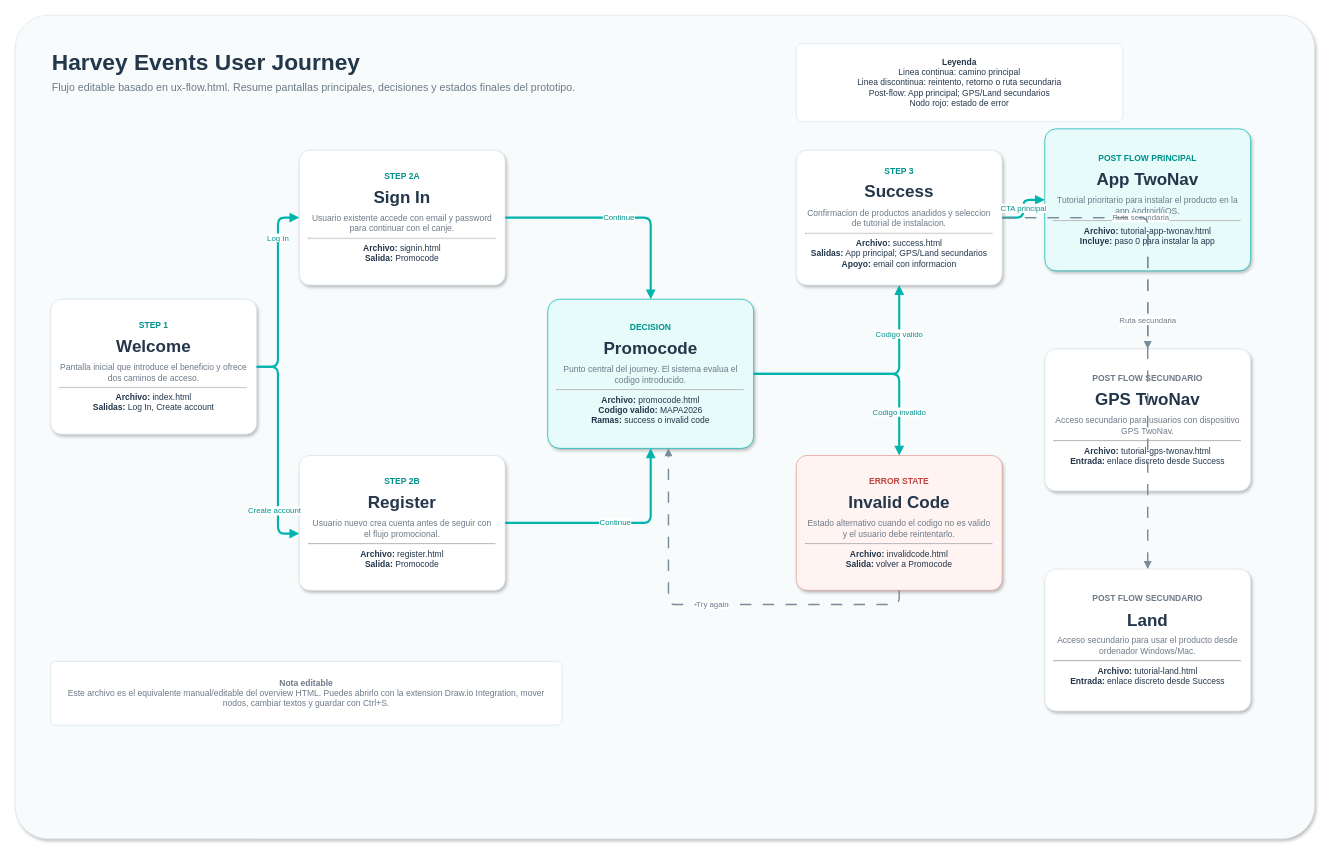
DavidCompe/harveyevents keeps this draw.io diagram as ux-flow.drawio. Above is the earlier version. Source tidied: cells renumbered, new cells numbered last; positions are measured from the earlier drawing's top-left corner, leaving out a move shared by most shapes. Both pictures are drawn from the tidied source at 71%, with x=0, y=0 at pixel (15, 15).
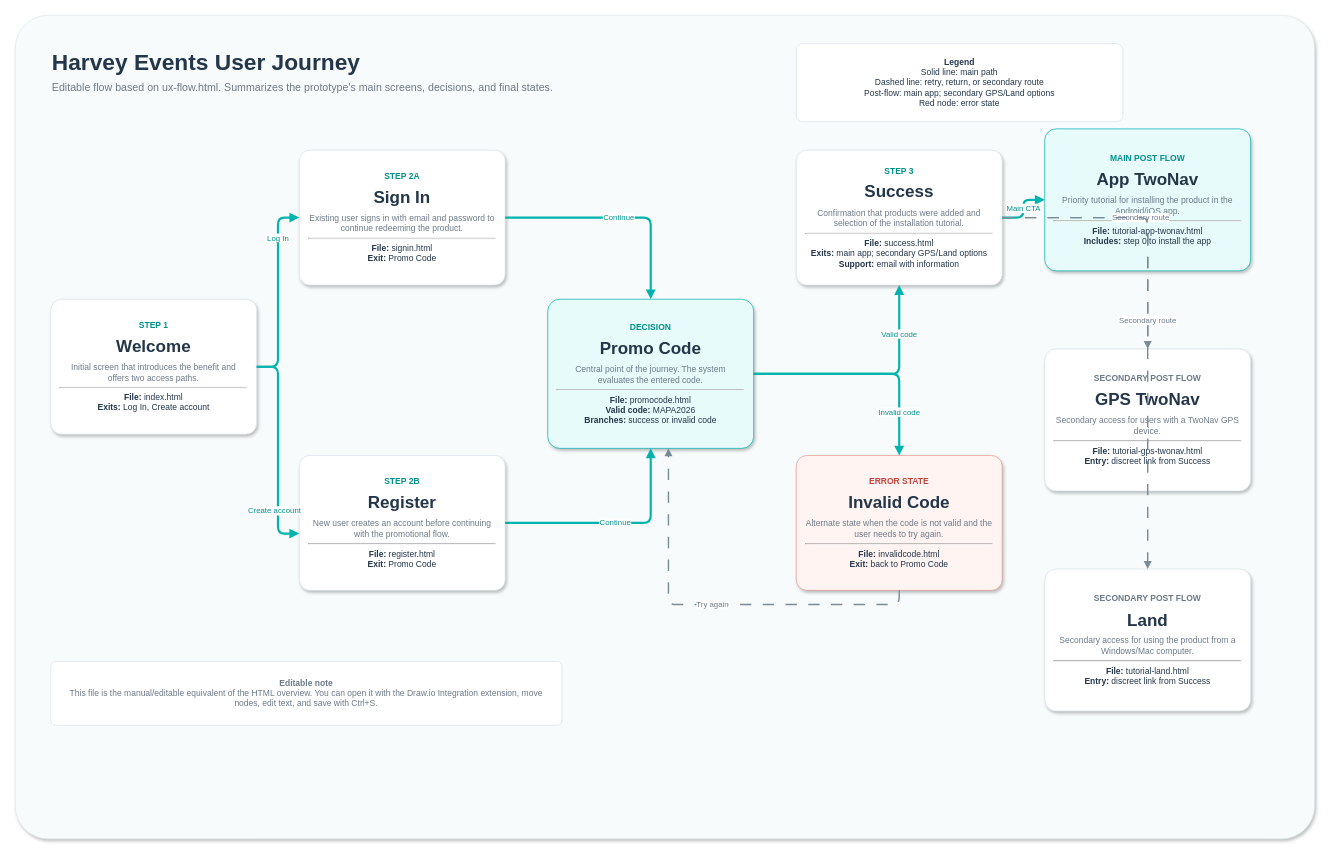
The same diagram, later.

The edit, as a diff of the source:
```diff
@@
-    <mxCell id="3" value="&lt;div style=&quot;font-size:32px;font-weight:700;color:#23364a;&quot;&gt;Harvey Events User Journey&lt;/div&gt;&lt;div style=&quot;margin-top:8px;font-size:15px;color:#6d7a88;&quot;&gt;Flujo editable basado en ux-flow.html. Resume pantallas principales, decisiones y estados finales del prototipo.&lt;/div&gt;" style="text;html=1;strokeColor=none;fillColor=none;align=left;verticalAlign=top;whiteSpace=wrap;rounded=0;" parent="1" vertex="1">
+    <mxCell id="3" value="&lt;div style=&quot;font-size:32px;font-weight:700;color:#23364a;&quot;&gt;Harvey Events User Journey&lt;/div&gt;&lt;div style=&quot;margin-top:8px;font-size:15px;color:#6d7a88;&quot;&gt;Editable flow based on ux-flow.html. Summarizes the prototype's main screens, decisions, and final states.&lt;/div&gt;" style="text;html=1;strokeColor=none;fillColor=none;align=left;verticalAlign=top;whiteSpace=wrap;rounded=0;" parent="1" vertex="1">
       <mxGeometry x="50" y="40" width="820" height="90" as="geometry" />
     </mxCell>
-    <mxCell id="4" value="&lt;b&gt;Leyenda&lt;/b&gt;&lt;br&gt;Linea continua: camino principal&lt;br&gt;Linea discontinua: reintento, retorno o ruta secundaria&lt;br&gt;Post-flow: App principal; GPS/Land secundarios&lt;br&gt;Nodo rojo: estado de error" style="rounded=1;whiteSpace=wrap;html=1;arcSize=8;fillColor=#ffffff;strokeColor=#d8e2ea;fontColor=#23364a;spacing=12;" parent="1" vertex="1">
+    <mxCell id="4" value="&lt;b&gt;Legend&lt;/b&gt;&lt;br&gt;Solid line: main path&lt;br&gt;Dashed line: retry, return, or secondary route&lt;br&gt;Post-flow: main app; secondary GPS/Land options&lt;br&gt;Red node: error state" style="rounded=1;whiteSpace=wrap;html=1;arcSize=8;fillColor=#ffffff;strokeColor=#d8e2ea;fontColor=#23364a;spacing=12;" parent="1" vertex="1">
       <mxGeometry x="1100" y="40" width="460" height="110" as="geometry" />
     </mxCell>
-    <mxCell id="5" value="&lt;div style=&quot;font-size:12px;font-weight:700;color:#00918c;&quot;&gt;STEP 1&lt;/div&gt;&lt;div style=&quot;font-size:24px;font-weight:700;margin-top:8px;&quot;&gt;Welcome&lt;/div&gt;&lt;div style=&quot;margin-top:8px;color:#6d7a88;&quot;&gt;Pantalla inicial que introduce el beneficio y ofrece dos caminos de acceso.&lt;/div&gt;&lt;hr&gt;&lt;b&gt;Archivo:&lt;/b&gt; index.html&lt;br&gt;&lt;b&gt;Salidas:&lt;/b&gt; Log In, Create account" style="rounded=1;whiteSpace=wrap;html=1;arcSize=8;fillColor=#ffffff;strokeColor=#d8e2ea;fontColor=#23364a;shadow=1;spacing=14;" parent="1" vertex="1">
+    <mxCell id="5" value="&lt;div style=&quot;font-size:12px;font-weight:700;color:#00918c;&quot;&gt;STEP 1&lt;/div&gt;&lt;div style=&quot;font-size:24px;font-weight:700;margin-top:8px;&quot;&gt;Welcome&lt;/div&gt;&lt;div style=&quot;margin-top:8px;color:#6d7a88;&quot;&gt;Initial screen that introduces the benefit and offers two access paths.&lt;/div&gt;&lt;hr&gt;&lt;b&gt;File:&lt;/b&gt; index.html&lt;br&gt;&lt;b&gt;Exits:&lt;/b&gt; Log In, Create account" style="rounded=1;whiteSpace=wrap;html=1;arcSize=8;fillColor=#ffffff;strokeColor=#d8e2ea;fontColor=#23364a;shadow=1;spacing=14;" parent="1" vertex="1">
       <mxGeometry x="50" y="400" width="290" height="190" as="geometry" />
     </mxCell>
-    <mxCell id="6" value="&lt;div style=&quot;font-size:12px;font-weight:700;color:#00918c;&quot;&gt;STEP 2A&lt;/div&gt;&lt;div style=&quot;font-size:24px;font-weight:700;margin-top:8px;&quot;&gt;Sign In&lt;/div&gt;&lt;div style=&quot;margin-top:8px;color:#6d7a88;&quot;&gt;Usuario existente accede con email y password para continuar con el canje.&lt;/div&gt;&lt;hr&gt;&lt;b&gt;Archivo:&lt;/b&gt; signin.html&lt;br&gt;&lt;b&gt;Salida:&lt;/b&gt; Promocode" style="rounded=1;whiteSpace=wrap;html=1;arcSize=8;fillColor=#ffffff;strokeColor=#d8e2ea;fontColor=#23364a;shadow=1;spacing=14;" parent="1" vertex="1">
+    <mxCell id="6" value="&lt;div style=&quot;font-size:12px;font-weight:700;color:#00918c;&quot;&gt;STEP 2A&lt;/div&gt;&lt;div style=&quot;font-size:24px;font-weight:700;margin-top:8px;&quot;&gt;Sign In&lt;/div&gt;&lt;div style=&quot;margin-top:8px;color:#6d7a88;&quot;&gt;Existing user signs in with email and password to continue redeeming the product.&lt;/div&gt;&lt;hr&gt;&lt;b&gt;File:&lt;/b&gt; signin.html&lt;br&gt;&lt;b&gt;Exit:&lt;/b&gt; Promo Code" style="rounded=1;whiteSpace=wrap;html=1;arcSize=8;fillColor=#ffffff;strokeColor=#d8e2ea;fontColor=#23364a;shadow=1;spacing=14;" parent="1" vertex="1">
       <mxGeometry x="400" y="190" width="290" height="190" as="geometry" />
     </mxCell>
-    <mxCell id="7" value="&lt;div style=&quot;font-size:12px;font-weight:700;color:#00918c;&quot;&gt;STEP 2B&lt;/div&gt;&lt;div style=&quot;font-size:24px;font-weight:700;margin-top:8px;&quot;&gt;Register&lt;/div&gt;&lt;div style=&quot;margin-top:8px;color:#6d7a88;&quot;&gt;Usuario nuevo crea cuenta antes de seguir con el flujo promocional.&lt;/div&gt;&lt;hr&gt;&lt;b&gt;Archivo:&lt;/b&gt; register.html&lt;br&gt;&lt;b&gt;Salida:&lt;/b&gt; Promocode" style="rounded=1;whiteSpace=wrap;html=1;arcSize=8;fillColor=#ffffff;strokeColor=#d8e2ea;fontColor=#23364a;shadow=1;spacing=14;" parent="1" vertex="1">
+    <mxCell id="7" value="&lt;div style=&quot;font-size:12px;font-weight:700;color:#00918c;&quot;&gt;STEP 2B&lt;/div&gt;&lt;div style=&quot;font-size:24px;font-weight:700;margin-top:8px;&quot;&gt;Register&lt;/div&gt;&lt;div style=&quot;margin-top:8px;color:#6d7a88;&quot;&gt;New user creates an account before continuing with the promotional flow.&lt;/div&gt;&lt;hr&gt;&lt;b&gt;File:&lt;/b&gt; register.html&lt;br&gt;&lt;b&gt;Exit:&lt;/b&gt; Promo Code" style="rounded=1;whiteSpace=wrap;html=1;arcSize=8;fillColor=#ffffff;strokeColor=#d8e2ea;fontColor=#23364a;shadow=1;spacing=14;" parent="1" vertex="1">
       <mxGeometry x="400" y="620" width="290" height="190" as="geometry" />
     </mxCell>
-    <mxCell id="8" value="&lt;div style=&quot;font-size:12px;font-weight:700;color:#00918c;&quot;&gt;DECISION&lt;/div&gt;&lt;div style=&quot;font-size:24px;font-weight:700;margin-top:8px;&quot;&gt;Promocode&lt;/div&gt;&lt;div style=&quot;margin-top:8px;color:#6d7a88;&quot;&gt;Punto central del journey. El sistema evalua el codigo introducido.&lt;/div&gt;&lt;hr&gt;&lt;b&gt;Archivo:&lt;/b&gt; promocode.html&lt;br&gt;&lt;b&gt;Codigo valido:&lt;/b&gt; MAPA2026&lt;br&gt;&lt;b&gt;Ramas:&lt;/b&gt; success o invalid code" style="rounded=1;whiteSpace=wrap;html=1;arcSize=8;fillColor=#e7fbfa;strokeColor=#00b3ad;fontColor=#23364a;shadow=1;spacing=14;" parent="1" vertex="1">
+    <mxCell id="8" value="&lt;div style=&quot;font-size:12px;font-weight:700;color:#00918c;&quot;&gt;DECISION&lt;/div&gt;&lt;div style=&quot;font-size:24px;font-weight:700;margin-top:8px;&quot;&gt;Promo Code&lt;/div&gt;&lt;div style=&quot;margin-top:8px;color:#6d7a88;&quot;&gt;Central point of the journey. The system evaluates the entered code.&lt;/div&gt;&lt;hr&gt;&lt;b&gt;File:&lt;/b&gt; promocode.html&lt;br&gt;&lt;b&gt;Valid code:&lt;/b&gt; MAPA2026&lt;br&gt;&lt;b&gt;Branches:&lt;/b&gt; success or invalid code" style="rounded=1;whiteSpace=wrap;html=1;arcSize=8;fillColor=#e7fbfa;strokeColor=#00b3ad;fontColor=#23364a;shadow=1;spacing=14;" parent="1" vertex="1">
       <mxGeometry x="750" y="400" width="290" height="210" as="geometry" />
     </mxCell>
-    <mxCell id="9" value="&lt;div style=&quot;font-size:12px;font-weight:700;color:#00918c;&quot;&gt;STEP 3&lt;/div&gt;&lt;div style=&quot;font-size:24px;font-weight:700;margin-top:8px;&quot;&gt;Success&lt;/div&gt;&lt;div style=&quot;margin-top:8px;color:#6d7a88;&quot;&gt;Confirmacion de productos anadidos y seleccion de tutorial de instalacion.&lt;/div&gt;&lt;hr&gt;&lt;b&gt;Archivo:&lt;/b&gt; success.html&lt;br&gt;&lt;b&gt;Salidas:&lt;/b&gt; App principal; GPS/Land secundarios&lt;br&gt;&lt;b&gt;Apoyo:&lt;/b&gt; email con informacion" style="rounded=1;whiteSpace=wrap;html=1;arcSize=8;fillColor=#ffffff;strokeColor=#d8e2ea;fontColor=#23364a;shadow=1;spacing=14;" parent="1" vertex="1">
+    <mxCell id="9" value="&lt;div style=&quot;font-size:12px;font-weight:700;color:#00918c;&quot;&gt;STEP 3&lt;/div&gt;&lt;div style=&quot;font-size:24px;font-weight:700;margin-top:8px;&quot;&gt;Success&lt;/div&gt;&lt;div style=&quot;margin-top:8px;color:#6d7a88;&quot;&gt;Confirmation that products were added and selection of the installation tutorial.&lt;/div&gt;&lt;hr&gt;&lt;b&gt;File:&lt;/b&gt; success.html&lt;br&gt;&lt;b&gt;Exits:&lt;/b&gt; main app; secondary GPS/Land options&lt;br&gt;&lt;b&gt;Support:&lt;/b&gt; email with information" style="rounded=1;whiteSpace=wrap;html=1;arcSize=8;fillColor=#ffffff;strokeColor=#d8e2ea;fontColor=#23364a;shadow=1;spacing=14;" parent="1" vertex="1">
       <mxGeometry x="1100" y="190" width="290" height="190" as="geometry" />
     </mxCell>
-    <mxCell id="10" value="&lt;div style=&quot;font-size:12px;font-weight:700;color:#c2453d;&quot;&gt;ERROR STATE&lt;/div&gt;&lt;div style=&quot;font-size:24px;font-weight:700;margin-top:8px;&quot;&gt;Invalid Code&lt;/div&gt;&lt;div style=&quot;margin-top:8px;color:#6d7a88;&quot;&gt;Estado alternativo cuando el codigo no es valido y el usuario debe reintentarlo.&lt;/div&gt;&lt;hr&gt;&lt;b&gt;Archivo:&lt;/b&gt; invalidcode.html&lt;br&gt;&lt;b&gt;Salida:&lt;/b&gt; volver a Promocode" style="rounded=1;whiteSpace=wrap;html=1;arcSize=8;fillColor=#fff4f2;strokeColor=#e09a91;fontColor=#23364a;shadow=1;spacing=14;" parent="1" vertex="1">
+    <mxCell id="10" value="&lt;div style=&quot;font-size:12px;font-weight:700;color:#c2453d;&quot;&gt;ERROR STATE&lt;/div&gt;&lt;div style=&quot;font-size:24px;font-weight:700;margin-top:8px;&quot;&gt;Invalid Code&lt;/div&gt;&lt;div style=&quot;margin-top:8px;color:#6d7a88;&quot;&gt;Alternate state when the code is not valid and the user needs to try again.&lt;/div&gt;&lt;hr&gt;&lt;b&gt;File:&lt;/b&gt; invalidcode.html&lt;br&gt;&lt;b&gt;Exit:&lt;/b&gt; back to Promo Code" style="rounded=1;whiteSpace=wrap;html=1;arcSize=8;fillColor=#fff4f2;strokeColor=#e09a91;fontColor=#23364a;shadow=1;spacing=14;" parent="1" vertex="1">
       <mxGeometry x="1100" y="620" width="290" height="190" as="geometry" />
     </mxCell>
-    <mxCell id="11" value="&lt;div style=&quot;font-size:12px;font-weight:700;color:#00918c;&quot;&gt;POST FLOW PRINCIPAL&lt;/div&gt;&lt;div style=&quot;font-size:24px;font-weight:700;margin-top:8px;&quot;&gt;App TwoNav&lt;/div&gt;&lt;div style=&quot;margin-top:8px;color:#6d7a88;&quot;&gt;Tutorial prioritario para instalar el producto en la app Android/iOS.&lt;/div&gt;&lt;hr&gt;&lt;b&gt;Archivo:&lt;/b&gt; tutorial-app-twonav.html&lt;br&gt;&lt;b&gt;Incluye:&lt;/b&gt; paso 0 para instalar la app" style="rounded=1;whiteSpace=wrap;html=1;arcSize=8;fillColor=#e7fbfa;strokeColor=#00b3ad;fontColor=#23364a;shadow=1;spacing=14;" parent="1" vertex="1">
+    <mxCell id="11" value="&lt;div style=&quot;font-size:12px;font-weight:700;color:#00918c;&quot;&gt;MAIN POST FLOW&lt;/div&gt;&lt;div style=&quot;font-size:24px;font-weight:700;margin-top:8px;&quot;&gt;App TwoNav&lt;/div&gt;&lt;div style=&quot;margin-top:8px;color:#6d7a88;&quot;&gt;Priority tutorial for installing the product in the Android/iOS app.&lt;/div&gt;&lt;hr&gt;&lt;b&gt;File:&lt;/b&gt; tutorial-app-twonav.html&lt;br&gt;&lt;b&gt;Includes:&lt;/b&gt; step 0 to install the app" style="rounded=1;whiteSpace=wrap;html=1;arcSize=8;fillColor=#e7fbfa;strokeColor=#00b3ad;fontColor=#23364a;shadow=1;spacing=14;" parent="1" vertex="1">
       <mxGeometry x="1450" y="160" width="290" height="200" as="geometry" />
     </mxCell>
-    <mxCell id="12" value="&lt;div style=&quot;font-size:12px;font-weight:700;color:#6d7a88;&quot;&gt;POST FLOW SECUNDARIO&lt;/div&gt;&lt;div style=&quot;font-size:24px;font-weight:700;margin-top:8px;&quot;&gt;GPS TwoNav&lt;/div&gt;&lt;div style=&quot;margin-top:8px;color:#6d7a88;&quot;&gt;Acceso secundario para usuarios con dispositivo GPS TwoNav.&lt;/div&gt;&lt;hr&gt;&lt;b&gt;Archivo:&lt;/b&gt; tutorial-gps-twonav.html&lt;br&gt;&lt;b&gt;Entrada:&lt;/b&gt; enlace discreto desde Success" style="rounded=1;whiteSpace=wrap;html=1;arcSize=8;fillColor=#ffffff;strokeColor=#d8e2ea;fontColor=#23364a;shadow=1;spacing=14;" parent="1" vertex="1">
+    <mxCell id="12" value="&lt;div style=&quot;font-size:12px;font-weight:700;color:#6d7a88;&quot;&gt;SECONDARY POST FLOW&lt;/div&gt;&lt;div style=&quot;font-size:24px;font-weight:700;margin-top:8px;&quot;&gt;GPS TwoNav&lt;/div&gt;&lt;div style=&quot;margin-top:8px;color:#6d7a88;&quot;&gt;Secondary access for users with a TwoNav GPS device.&lt;/div&gt;&lt;hr&gt;&lt;b&gt;File:&lt;/b&gt; tutorial-gps-twonav.html&lt;br&gt;&lt;b&gt;Entry:&lt;/b&gt; discreet link from Success" style="rounded=1;whiteSpace=wrap;html=1;arcSize=8;fillColor=#ffffff;strokeColor=#d8e2ea;fontColor=#23364a;shadow=1;spacing=14;" parent="1" vertex="1">
       <mxGeometry x="1450" y="470" width="290" height="200" as="geometry" />
     </mxCell>
-    <mxCell id="13" value="&lt;div style=&quot;font-size:12px;font-weight:700;color:#6d7a88;&quot;&gt;POST FLOW SECUNDARIO&lt;/div&gt;&lt;div style=&quot;font-size:24px;font-weight:700;margin-top:8px;&quot;&gt;Land&lt;/div&gt;&lt;div style=&quot;margin-top:8px;color:#6d7a88;&quot;&gt;Acceso secundario para usar el producto desde ordenador Windows/Mac.&lt;/div&gt;&lt;hr&gt;&lt;b&gt;Archivo:&lt;/b&gt; tutorial-land.html&lt;br&gt;&lt;b&gt;Entrada:&lt;/b&gt; enlace discreto desde Success" style="rounded=1;whiteSpace=wrap;html=1;arcSize=8;fillColor=#ffffff;strokeColor=#d8e2ea;fontColor=#23364a;shadow=1;spacing=14;" parent="1" vertex="1">
+    <mxCell id="13" value="&lt;div style=&quot;font-size:12px;font-weight:700;color:#6d7a88;&quot;&gt;SECONDARY POST FLOW&lt;/div&gt;&lt;div style=&quot;font-size:24px;font-weight:700;margin-top:8px;&quot;&gt;Land&lt;/div&gt;&lt;div style=&quot;margin-top:8px;color:#6d7a88;&quot;&gt;Secondary access for using the product from a Windows/Mac computer.&lt;/div&gt;&lt;hr&gt;&lt;b&gt;File:&lt;/b&gt; tutorial-land.html&lt;br&gt;&lt;b&gt;Entry:&lt;/b&gt; discreet link from Success" style="rounded=1;whiteSpace=wrap;html=1;arcSize=8;fillColor=#ffffff;strokeColor=#d8e2ea;fontColor=#23364a;shadow=1;spacing=14;" parent="1" vertex="1">
       <mxGeometry x="1450" y="780" width="290" height="200" as="geometry" />
     </mxCell>
@@
-    <mxCell id="18" value="Codigo valido" style="edgeStyle=orthogonalEdgeStyle;rounded=1;jettySize=auto;html=1;endArrow=block;endFill=1;strokeColor=#00b3ad;strokeWidth=3;fontColor=#00918c;" parent="1" edge="1" source="8" target="9">
+    <mxCell id="18" value="Valid code" style="edgeStyle=orthogonalEdgeStyle;rounded=1;jettySize=auto;html=1;endArrow=block;endFill=1;strokeColor=#00b3ad;strokeWidth=3;fontColor=#00918c;" parent="1" edge="1" source="8" target="9">
       <mxGeometry x="0.58" relative="1" as="geometry" />
     </mxCell>
-    <mxCell id="19" value="Codigo invalido" style="edgeStyle=orthogonalEdgeStyle;rounded=1;jettySize=auto;html=1;endArrow=block;endFill=1;strokeColor=#00b3ad;strokeWidth=3;fontColor=#00918c;" parent="1" edge="1" source="8" target="10">
+    <mxCell id="19" value="Invalid code" style="edgeStyle=orthogonalEdgeStyle;rounded=1;jettySize=auto;html=1;endArrow=block;endFill=1;strokeColor=#00b3ad;strokeWidth=3;fontColor=#00918c;" parent="1" edge="1" source="8" target="10">
       <mxGeometry x="0.62" relative="1" as="geometry" />
     </mxCell>
-    <mxCell id="20" value="CTA principal" style="edgeStyle=orthogonalEdgeStyle;rounded=1;jettySize=auto;html=1;endArrow=block;endFill=1;strokeColor=#00b3ad;strokeWidth=3;fontColor=#00918c;exitX=1;exitY=0.5;exitDx=0;exitDy=0;" parent="1" edge="1" source="9" target="11">
+    <mxCell id="20" value="Main CTA" style="edgeStyle=orthogonalEdgeStyle;rounded=1;jettySize=auto;html=1;endArrow=block;endFill=1;strokeColor=#00b3ad;strokeWidth=3;fontColor=#00918c;exitX=1;exitY=0.5;exitDx=0;exitDy=0;" parent="1" edge="1" source="9" target="11">
       <mxGeometry relative="1" as="geometry" />
     </mxCell>
-    <mxCell id="21" value="Ruta secundaria" style="edgeStyle=orthogonalEdgeStyle;rounded=1;jettySize=auto;html=1;endArrow=block;endFill=1;strokeColor=#7a8a98;strokeWidth=2;dashed=1;dashPattern=8 8;fontColor=#6d7a88;exitX=1;exitY=0.5;exitDx=0;exitDy=0;" parent="1" edge="1" source="9" target="12">
+    <mxCell id="21" value="Secondary route" style="edgeStyle=orthogonalEdgeStyle;rounded=1;jettySize=auto;html=1;endArrow=block;endFill=1;strokeColor=#7a8a98;strokeWidth=2;dashed=1;dashPattern=8 8;fontColor=#6d7a88;exitX=1;exitY=0.5;exitDx=0;exitDy=0;" parent="1" edge="1" source="9" target="12">
       <mxGeometry relative="1" as="geometry" />
     </mxCell>
-    <mxCell id="22" value="Ruta secundaria" style="edgeStyle=orthogonalEdgeStyle;rounded=1;jettySize=auto;html=1;endArrow=block;endFill=1;strokeColor=#7a8a98;strokeWidth=2;dashed=1;dashPattern=8 8;fontColor=#6d7a88;exitX=1;exitY=0.5;exitDx=0;exitDy=0;" parent="1" edge="1" source="9" target="13">
+    <mxCell id="22" value="Secondary route" style="edgeStyle=orthogonalEdgeStyle;rounded=1;jettySize=auto;html=1;endArrow=block;endFill=1;strokeColor=#7a8a98;strokeWidth=2;dashed=1;dashPattern=8 8;fontColor=#6d7a88;exitX=1;exitY=0.5;exitDx=0;exitDy=0;" parent="1" edge="1" source="9" target="13">
       <mxGeometry relative="1" as="geometry" />
     </mxCell>
@@
-    <mxCell id="24" value="&lt;b&gt;Nota editable&lt;/b&gt;&lt;br&gt;Este archivo es el equivalente manual/editable del overview HTML. Puedes abrirlo con la extension Draw.io Integration, mover nodos, cambiar textos y guardar con Ctrl+S." style="rounded=1;whiteSpace=wrap;html=1;arcSize=8;fillColor=#ffffff;strokeColor=#d8e2ea;fontColor=#6d7a88;spacing=12;" parent="1" vertex="1">
+    <mxCell id="24" value="&lt;b&gt;Editable note&lt;/b&gt;&lt;br&gt;This file is the manual/editable equivalent of the HTML overview. You can open it with the Draw.io Integration extension, move nodes, edit text, and save with Ctrl+S." style="rounded=1;whiteSpace=wrap;html=1;arcSize=8;fillColor=#ffffff;strokeColor=#d8e2ea;fontColor=#6d7a88;spacing=12;" parent="1" vertex="1">
       <mxGeometry x="50" y="910" width="720" height="90" as="geometry" />
     </mxCell>
```
